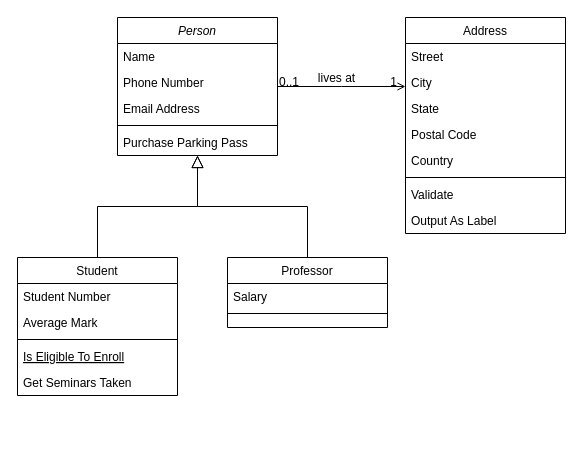
This is Untitled Diagram.drawio from korkmazbanu/yaverData, a draw.io file, before an edit. Source tidied: cells renumbered, new cells numbered last; positions are measured from the earlier drawing's top-left corner, leaving out a move shared by most shapes. Both pictures are drawn from the tidied source at 100%, with x=0, y=0 at pixel (17, 17).
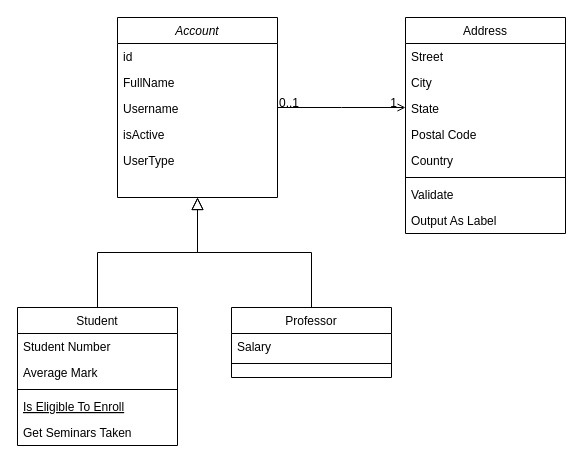
The same page after the edit.

Unchanged cells that the change refers to:
```xml
<mxCell id="28" style="endArrow=open;shadow=0;strokeWidth=1;rounded=0;endFill=1;edgeStyle=elbowEdgeStyle;elbow=vertical;" parent="1" edge="1" source="2" target="19">
  <mxGeometry x="0.5" y="41" relative="1" as="geometry">
    <mxPoint x="-40" y="32" as="offset" />
  </mxGeometry>
</mxCell>
```

The edit, as a diff of the source:
```diff
@@
-    <mxCell id="2" value="Person" style="swimlane;fontStyle=2;align=center;verticalAlign=top;horizontal=1;startSize=26;rounded=0;shadow=0;strokeWidth=1;" parent="1" vertex="1">
-      <mxGeometry x="100" width="160" height="138" as="geometry" />
+    <mxCell id="2" value="Account" style="swimlane;fontStyle=2;align=center;verticalAlign=top;horizontal=1;startSize=26;rounded=0;shadow=0;strokeWidth=1;" parent="1" vertex="1">
+      <mxGeometry x="100" width="160" height="180" as="geometry" />
     </mxCell>
-    <mxCell id="3" value="Name" style="text;align=left;verticalAlign=top;spacingLeft=4;spacingRight=4;overflow=hidden;" parent="2" vertex="1">
+    <mxCell id="3" value="id" style="text;align=left;verticalAlign=top;spacingLeft=4;spacingRight=4;overflow=hidden;" parent="2" vertex="1">
       <mxGeometry y="26" width="160" height="26" as="geometry" />
     </mxCell>
-    <mxCell id="4" value="Phone Number" style="text;align=left;verticalAlign=top;spacingLeft=4;spacingRight=4;overflow=hidden;rounded=0;shadow=0;html=0;" parent="2" vertex="1">
+    <mxCell id="4" value="FullName" style="text;align=left;verticalAlign=top;spacingLeft=4;spacingRight=4;overflow=hidden;rounded=0;shadow=0;html=0;" parent="2" vertex="1">
       <mxGeometry y="52" width="160" height="26" as="geometry" />
     </mxCell>
-    <mxCell id="5" value="Email Address" style="text;align=left;verticalAlign=top;spacingLeft=4;spacingRight=4;overflow=hidden;rounded=0;shadow=0;html=0;" parent="2" vertex="1">
-      <mxGeometry y="78" width="160" height="26" as="geometry" />
-    </mxCell>
-    <mxCell id="6" style="line;html=1;strokeWidth=1;align=left;verticalAlign=middle;spacingTop=-1;spacingLeft=3;spacingRight=3;labelPosition=right;" parent="2" vertex="1">
-      <mxGeometry y="104" width="160" height="8" as="geometry" />
-    </mxCell>
-    <mxCell id="7" value="Purchase Parking Pass" style="text;align=left;verticalAlign=top;spacingLeft=4;spacingRight=4;overflow=hidden;" parent="2" vertex="1">
-      <mxGeometry y="112" width="160" height="26" as="geometry" />
-    </mxCell>
+    <mxCell id="32" value="Username" style="text;align=left;verticalAlign=top;spacingLeft=4;spacingRight=4;overflow=hidden;rounded=0;shadow=0;html=0;" parent="2" vertex="1">
+      <mxGeometry y="78" width="160" height="26" as="geometry" />
+    </mxCell>
+    <mxCell id="33" value="isActive" style="text;align=left;verticalAlign=top;spacingLeft=4;spacingRight=4;overflow=hidden;rounded=0;shadow=0;html=0;" parent="2" vertex="1">
+      <mxGeometry y="104" width="160" height="26" as="geometry" />
+    </mxCell>
+    <mxCell id="34" value="UserType" style="text;align=left;verticalAlign=top;spacingLeft=4;spacingRight=4;overflow=hidden;rounded=0;shadow=0;html=0;" parent="2" vertex="1">
+      <mxGeometry y="130" width="160" height="26" as="geometry" />
+    </mxCell>
     <mxCell id="8" value="Student" style="swimlane;fontStyle=0;align=center;verticalAlign=top;horizontal=1;startSize=26;rounded=0;shadow=0;strokeWidth=1;" parent="1" vertex="1">
-      <mxGeometry y="240" width="160" height="138" as="geometry" />
+      <mxGeometry y="290" width="160" height="138" as="geometry" />
     </mxCell>
@@
     <mxCell id="15" value="Professor" style="swimlane;fontStyle=0;align=center;verticalAlign=top;horizontal=1;startSize=26;rounded=0;shadow=0;strokeWidth=1;" parent="1" vertex="1">
-      <mxGeometry x="210" y="240" width="160" height="70" as="geometry" />
+      <mxGeometry x="214" y="290" width="160" height="70" as="geometry" />
     </mxCell>
@@
-    <mxCell id="31" value="lives at" style="text;html=1;align=center;verticalAlign=middle;labelBackgroundColor=none;rounded=0;shadow=0;strokeWidth=1;fontSize=12;" parent="28" vertex="1">
-      <mxGeometry x="0.5" y="49" relative="1" as="geometry">
-        <mxPoint x="-38" y="40" as="offset" />
-      </mxGeometry>
-    </mxCell>
```
